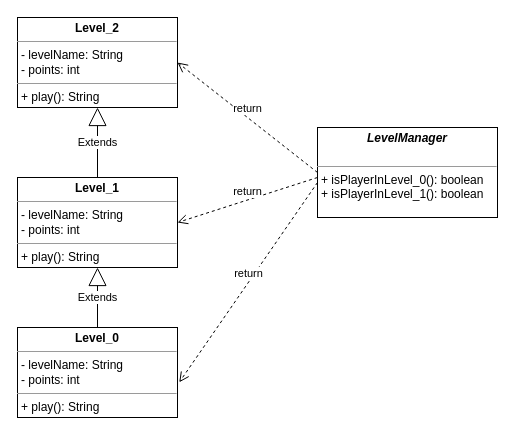
Before: page "Level_0/1/2" (3 of 3) of levels.drawio in XX2-OOP-archive/05a_Overriding_Levels, a draw.io diagram. Source tidied: cells renumbered, new cells numbered last; positions are measured from the earlier drawing's top-left corner, leaving out a move shared by most shapes. Both pictures are drawn from the tidied source at 100%, with x=0, y=0 at pixel (17, 17).
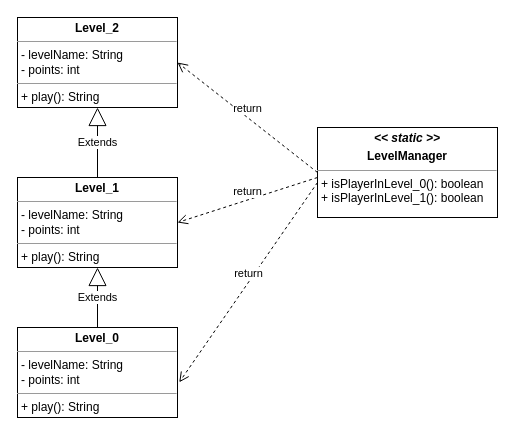
The same diagram, later.

Diff of the diagram source:
```diff
@@
 <mxGraphModel>
   <root>
     <mxCell id="0" />
     <mxCell id="1" parent="0" />
     <mxCell id="2" value="&lt;p style=&quot;margin: 0px ; margin-top: 4px ; text-align: center&quot;&gt;&lt;b&gt;Level_0&lt;/b&gt;&lt;/p&gt;&lt;hr size=&quot;1&quot;&gt;&lt;p style=&quot;margin: 0px ; margin-left: 4px&quot;&gt;- levelName: String&lt;/p&gt;&lt;p style=&quot;margin: 0px ; margin-left: 4px&quot;&gt;- points: int&lt;/p&gt;&lt;hr size=&quot;1&quot;&gt;&lt;p style=&quot;margin: 0px ; margin-left: 4px&quot;&gt;+ play(): String&lt;/p&gt;" style="verticalAlign=top;align=left;overflow=fill;fontSize=12;fontFamily=Helvetica;html=1;" parent="1" vertex="1">
       <mxGeometry y="310" width="160" height="90" as="geometry" />
     </mxCell>
     <mxCell id="3" value="&lt;p style=&quot;margin: 0px ; margin-top: 4px ; text-align: center&quot;&gt;&lt;b&gt;Level_1&lt;/b&gt;&lt;/p&gt;&lt;hr size=&quot;1&quot;&gt;&lt;p style=&quot;margin: 0px ; margin-left: 4px&quot;&gt;- levelName: String&lt;/p&gt;&lt;p style=&quot;margin: 0px ; margin-left: 4px&quot;&gt;- points: int&lt;/p&gt;&lt;hr size=&quot;1&quot;&gt;&lt;p style=&quot;margin: 0px ; margin-left: 4px&quot;&gt;+ play(): String&lt;/p&gt;" style="verticalAlign=top;align=left;overflow=fill;fontSize=12;fontFamily=Helvetica;html=1;" parent="1" vertex="1">
       <mxGeometry y="160" width="160" height="90" as="geometry" />
     </mxCell>
     <mxCell id="4" value="Extends" style="endArrow=block;endSize=16;endFill=0;html=1;exitX=0.5;exitY=0;exitDx=0;exitDy=0;entryX=0.5;entryY=1;entryDx=0;entryDy=0;" parent="1" edge="1" source="2" target="3">
       <mxGeometry relative="1" as="geometry" />
     </mxCell>
     <mxCell id="5" value="&lt;p style=&quot;margin: 0px ; margin-top: 4px ; text-align: center&quot;&gt;&lt;b&gt;Level_2&lt;/b&gt;&lt;/p&gt;&lt;hr size=&quot;1&quot;&gt;&lt;p style=&quot;margin: 0px ; margin-left: 4px&quot;&gt;- levelName: String&lt;/p&gt;&lt;p style=&quot;margin: 0px ; margin-left: 4px&quot;&gt;- points: int&lt;/p&gt;&lt;hr size=&quot;1&quot;&gt;&lt;p style=&quot;margin: 0px ; margin-left: 4px&quot;&gt;+ play(): String&lt;/p&gt;" style="verticalAlign=top;align=left;overflow=fill;fontSize=12;fontFamily=Helvetica;html=1;" parent="1" vertex="1">
       <mxGeometry width="160" height="90" as="geometry" />
     </mxCell>
     <mxCell id="6" value="Extends" style="endArrow=block;endSize=16;endFill=0;html=1;exitX=0.5;exitY=0;exitDx=0;exitDy=0;entryX=0.5;entryY=1;entryDx=0;entryDy=0;" parent="1" edge="1" source="3" target="5">
       <mxGeometry relative="1" as="geometry" />
     </mxCell>
-    <mxCell id="7" value="&lt;p style=&quot;margin: 0px ; margin-top: 4px ; text-align: center&quot;&gt;&lt;b&gt;&lt;i&gt;LevelManager&lt;/i&gt;&lt;/b&gt;&lt;/p&gt;&lt;p style=&quot;margin: 0px ; margin-left: 4px&quot;&gt;&lt;br&gt;&lt;/p&gt;&lt;hr size=&quot;1&quot;&gt;&lt;p style=&quot;margin: 0px ; margin-left: 4px&quot;&gt;+ isPlayerInLevel_0&lt;span&gt;(): boolean&lt;/span&gt;&lt;/p&gt;&lt;p style=&quot;margin: 0px ; margin-left: 4px&quot;&gt;+ isPlayerInLevel_1(): boolean&lt;span&gt;&lt;br&gt;&lt;/span&gt;&lt;/p&gt;" style="verticalAlign=top;align=left;overflow=fill;fontSize=12;fontFamily=Helvetica;html=1;" parent="1" vertex="1">
+    <mxCell id="7" value="&lt;p style=&quot;margin: 0px ; margin-top: 4px ; text-align: center&quot;&gt;&lt;b&gt;&lt;i&gt;&amp;lt;&amp;lt; static &amp;gt;&amp;gt;&lt;/i&gt;&lt;/b&gt;&lt;/p&gt;&lt;p style=&quot;margin: 0px ; margin-top: 4px ; text-align: center&quot;&gt;&lt;b&gt;LevelManager&lt;/b&gt;&lt;/p&gt;&lt;hr size=&quot;1&quot;&gt;&lt;p style=&quot;margin: 0px ; margin-left: 4px&quot;&gt;+ isPlayerInLevel_0&lt;span&gt;(): boolean&lt;/span&gt;&lt;/p&gt;&lt;p style=&quot;margin: 0px ; margin-left: 4px&quot;&gt;+ isPlayerInLevel_1(): boolean&lt;span&gt;&lt;br&gt;&lt;/span&gt;&lt;/p&gt;" style="verticalAlign=top;align=left;overflow=fill;fontSize=12;fontFamily=Helvetica;html=1;" parent="1" vertex="1">
       <mxGeometry x="300" y="110" width="180" height="90" as="geometry" />
     </mxCell>
     <mxCell id="8" value="return" style="html=1;verticalAlign=bottom;endArrow=open;dashed=1;endSize=8;exitX=0;exitY=0.5;exitDx=0;exitDy=0;entryX=1;entryY=0.5;entryDx=0;entryDy=0;" parent="1" edge="1" source="7" target="5">
       <mxGeometry relative="1" as="geometry" />
     </mxCell>
     <mxCell id="9" value="return" style="html=1;verticalAlign=bottom;endArrow=open;dashed=1;endSize=8;entryX=1;entryY=0.5;entryDx=0;entryDy=0;" parent="1" edge="1" target="3">
       <mxGeometry relative="1" as="geometry">
         <mxPoint x="300" y="160" as="sourcePoint" />
       </mxGeometry>
     </mxCell>
     <mxCell id="10" value="return" style="html=1;verticalAlign=bottom;endArrow=open;dashed=1;endSize=8;entryX=1.011;entryY=0.609;entryDx=0;entryDy=0;entryPerimeter=0;" parent="1" edge="1" target="2">
       <mxGeometry relative="1" as="geometry">
         <mxPoint x="300" y="165" as="sourcePoint" />
       </mxGeometry>
     </mxCell>
   </root>
 </mxGraphModel>
```
